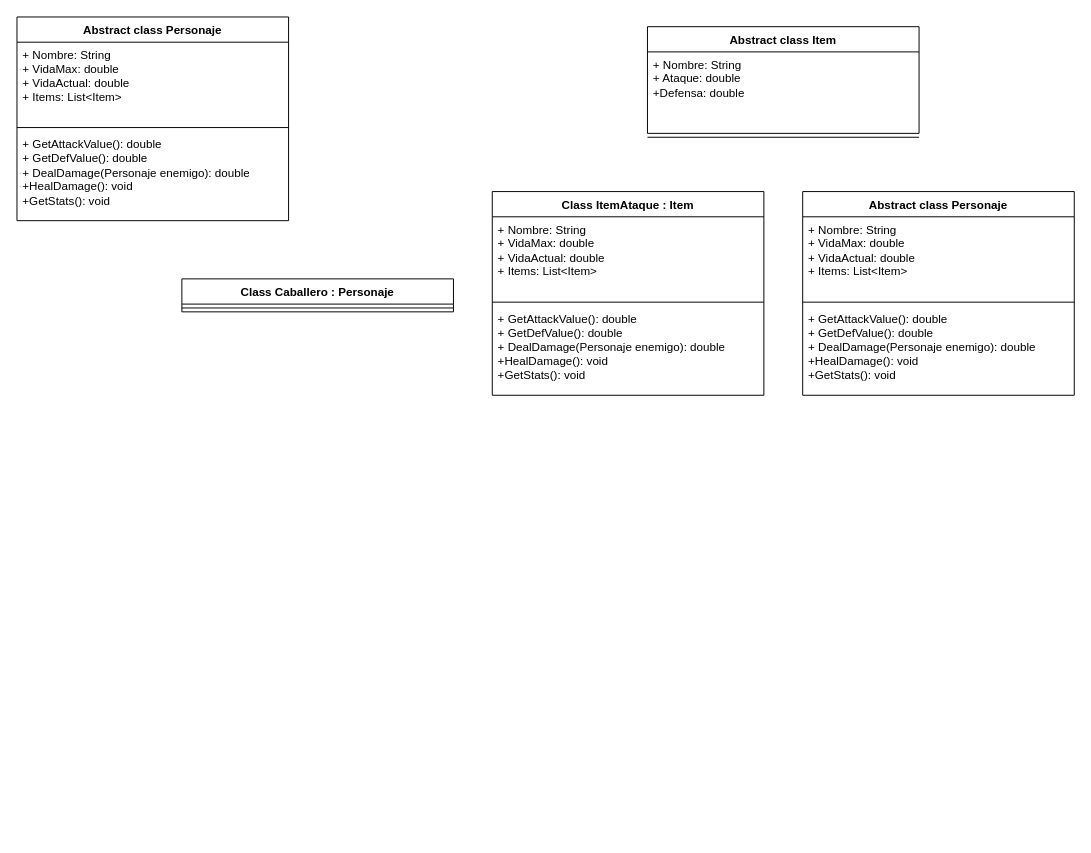
This is src/Library/UML_RolePlaypt1.drawio from MauricioSS215/PII_RoleplayGame_1_Start, a draw.io file, before an edit. Source tidied: cells renumbered, new cells numbered last; positions are measured from the earlier drawing's top-left corner, leaving out a move shared by most shapes. Both pictures are drawn from the tidied source at 97%, with x=0, y=0 at pixel (16, 16).
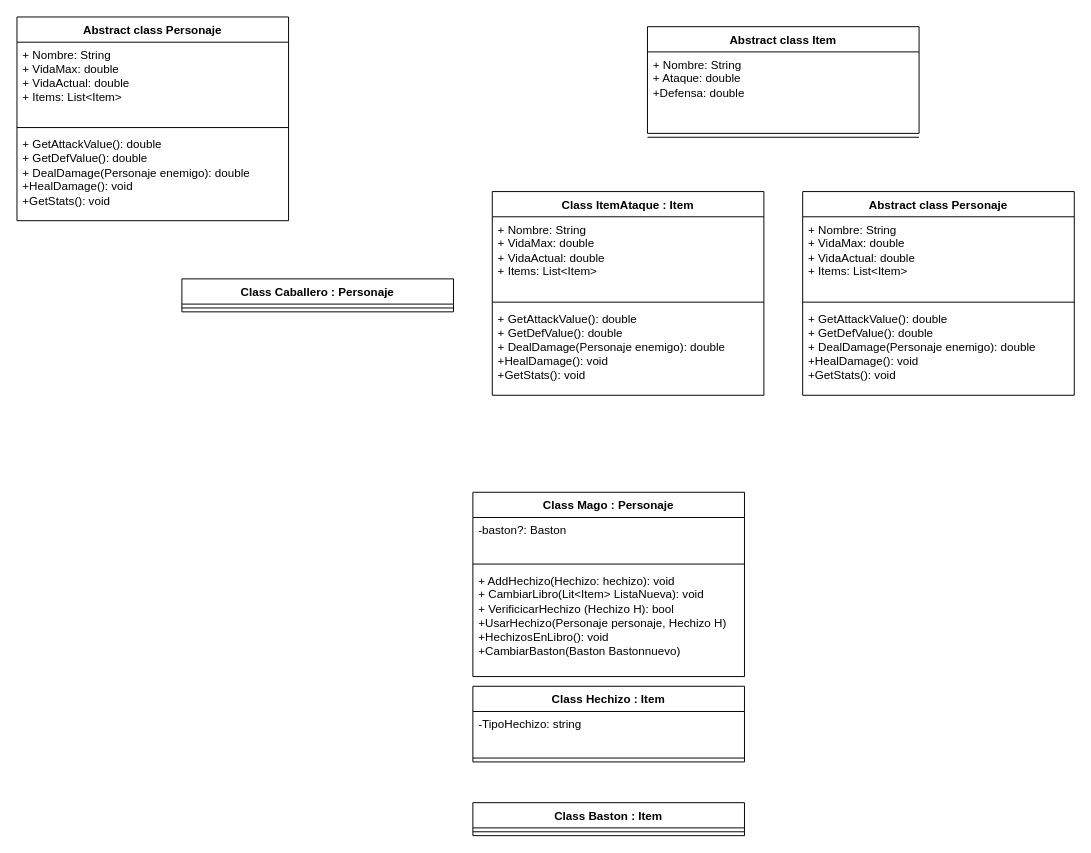
After the change.

Diff of the diagram source:
```diff
@@
+    <mxCell id="19" value="Class Mago : Personaje" style="swimlane;fontStyle=1;align=center;verticalAlign=top;horizontal=1;startSize=26;whiteSpace=wrap;html=1;" parent="1" vertex="1">
+      <mxGeometry x="470" y="490" width="280" height="190" as="geometry" />
+    </mxCell>
+    <mxCell id="20" value="-baston?: Baston" style="text;strokeColor=none;fillColor=none;align=left;verticalAlign=top;spacingLeft=4;spacingRight=4;overflow=hidden;whiteSpace=wrap;html=1;" parent="19" vertex="1">
+      <mxGeometry y="26" width="280" height="44" as="geometry" />
+    </mxCell>
+    <mxCell id="21" style="line;strokeWidth=1;fillColor=none;align=left;verticalAlign=middle;spacingTop=-1;spacingLeft=3;spacingRight=3;labelPosition=right;strokeColor=inherit;" parent="19" vertex="1">
+      <mxGeometry y="70" width="280" height="8" as="geometry" />
+    </mxCell>
+    <mxCell id="22" value="+ AddHechizo(Hechizo: hechizo): void&lt;br&gt;+ CambiarLibro(Lit&amp;lt;Item&amp;gt; ListaNueva): void&lt;br&gt;+ VerificicarHechizo (Hechizo H): bool&lt;br&gt;+UsarHechizo(Personaje personaje, Hechizo H)&lt;br&gt;+HechizosEnLibro(): void&lt;br&gt;+CambiarBaston(Baston Bastonnuevo)" style="text;strokeColor=none;fillColor=none;align=left;verticalAlign=top;spacingLeft=4;spacingRight=4;overflow=hidden;whiteSpace=wrap;html=1;" parent="19" vertex="1">
+      <mxGeometry y="78" width="280" height="112" as="geometry" />
+    </mxCell>
+    <mxCell id="23" value="Class Hechizo : Item" style="swimlane;fontStyle=1;align=center;verticalAlign=top;horizontal=1;startSize=26;whiteSpace=wrap;html=1;" parent="1" vertex="1">
+      <mxGeometry x="470" y="690" width="280" height="78" as="geometry" />
+    </mxCell>
+    <mxCell id="24" value="-TipoHechizo: string" style="text;strokeColor=none;fillColor=none;align=left;verticalAlign=top;spacingLeft=4;spacingRight=4;overflow=hidden;whiteSpace=wrap;html=1;" parent="23" vertex="1">
+      <mxGeometry y="26" width="280" height="44" as="geometry" />
+    </mxCell>
+    <mxCell id="25" style="line;strokeWidth=1;fillColor=none;align=left;verticalAlign=middle;spacingTop=-1;spacingLeft=3;spacingRight=3;labelPosition=right;strokeColor=inherit;" parent="23" vertex="1">
+      <mxGeometry y="70" width="280" height="8" as="geometry" />
+    </mxCell>
+    <mxCell id="26" value="Class Baston : Item" style="swimlane;fontStyle=1;align=center;verticalAlign=top;horizontal=1;startSize=26;whiteSpace=wrap;html=1;" parent="1" vertex="1">
+      <mxGeometry x="470" y="810" width="280" height="34" as="geometry" />
+    </mxCell>
+    <mxCell id="27" style="line;strokeWidth=1;fillColor=none;align=left;verticalAlign=middle;spacingTop=-1;spacingLeft=3;spacingRight=3;labelPosition=right;strokeColor=inherit;" parent="26" vertex="1">
+      <mxGeometry y="26" width="280" height="8" as="geometry" />
+    </mxCell>
```
